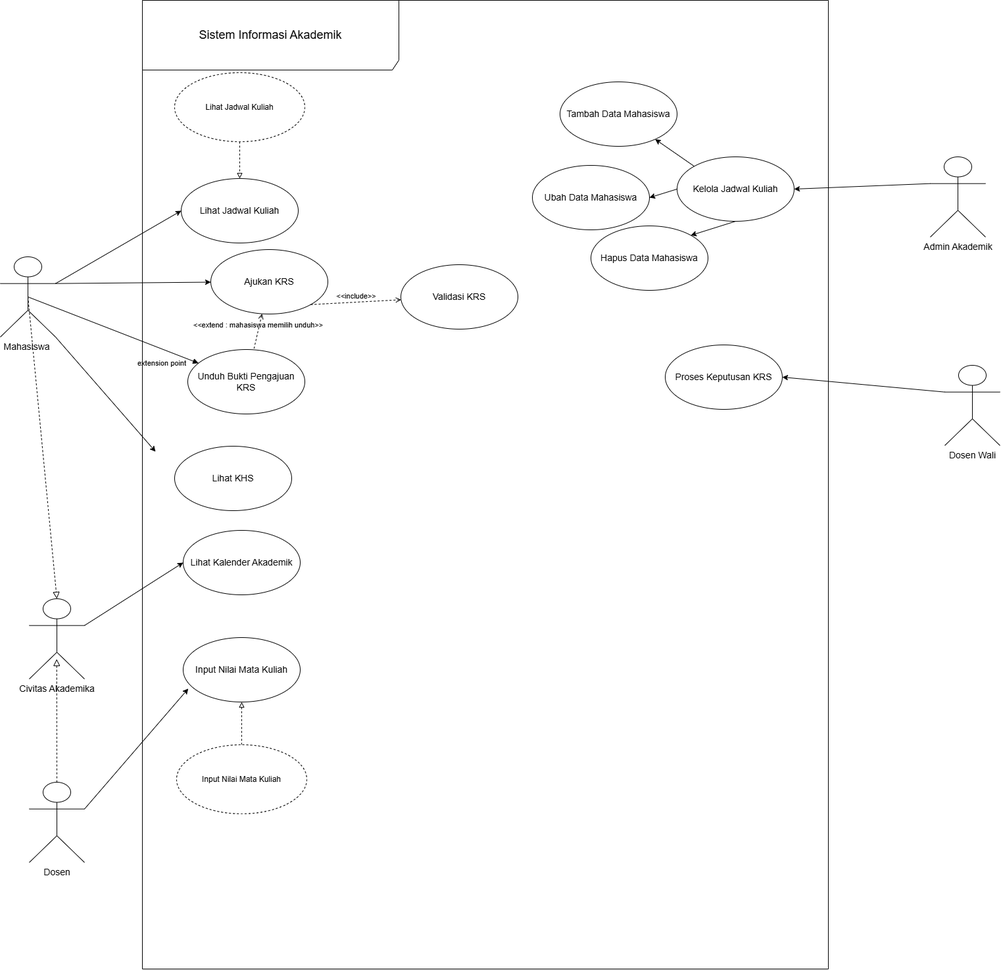
This is 03_latihan_tools/P04/SIA/P04_2406011_SIA_usecase_v01.png from rssyiff/IFRWP5149_2406011_LabAlat, a draw.io export, as it was before one commit. Source tidied: cells renumbered, new cells last; positions are measured from the earlier drawing's top-left corner, leaving out a move shared by most shapes.
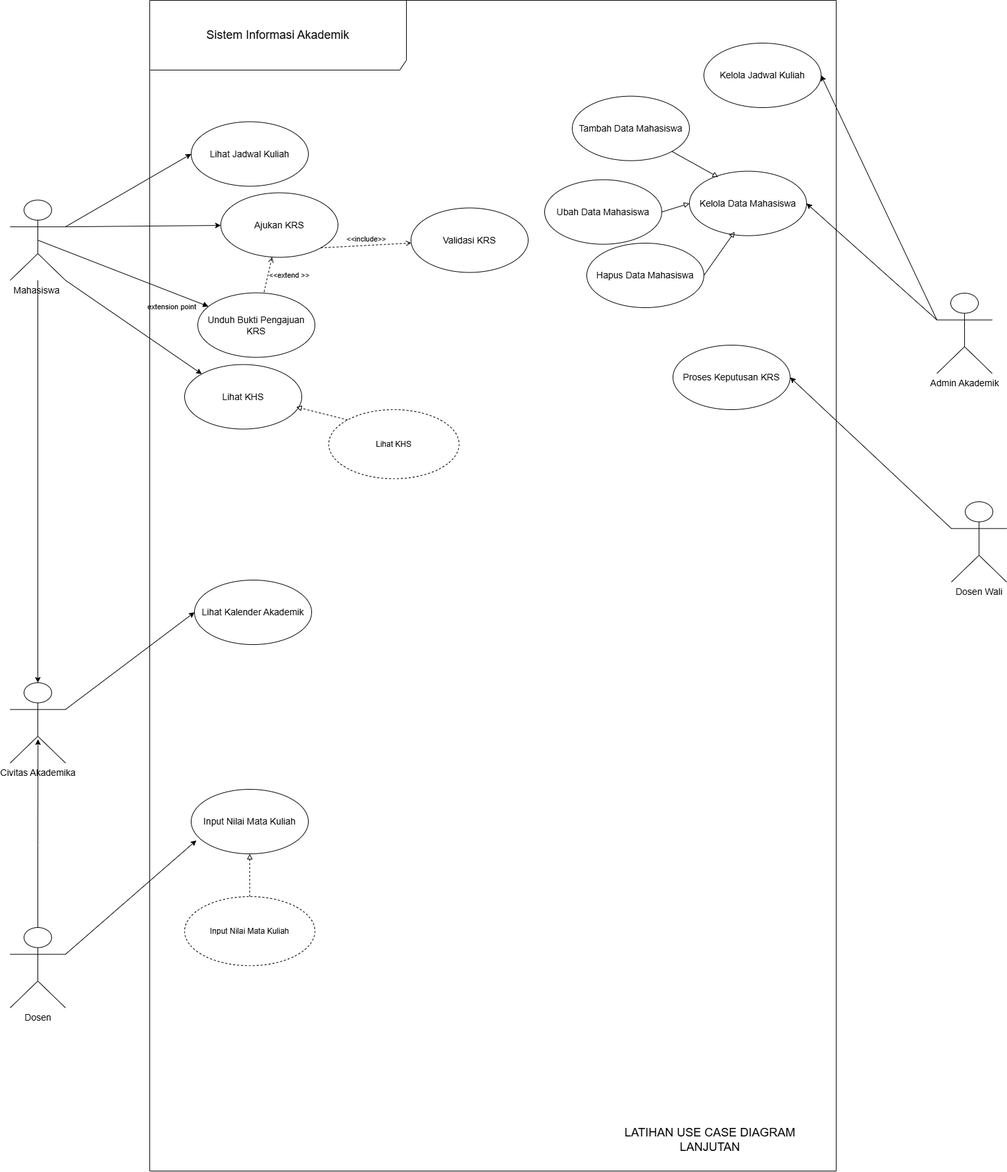
After the change.

What changed in the source:
```diff
@@ -3,46 +3,43 @@
     <mxCell id="0" />
     <mxCell id="1" parent="0" />
     <mxCell id="2" value="&lt;font style=&quot;font-size: 18px;&quot;&gt;Sistem Informasi Akademik&lt;/font&gt;" style="shape=umlFrame;whiteSpace=wrap;html=1;width=390;height=106;" parent="1" vertex="1">
-      <mxGeometry x="216" width="1043" height="1473" as="geometry" />
+      <mxGeometry x="218" y="-207" width="1043" height="1779" as="geometry" />
     </mxCell>
-    <mxCell id="3" style="rounded=0;jettySize=auto;html=1;exitX=0.5;exitY=1;exitDx=0;exitDy=0;entryX=1;entryY=0;entryDx=0;entryDy=0;defaultLabelBackgroundColor=page;" parent="2" edge="1" source="6" target="11">
-      <mxGeometry relative="1" as="geometry" />
-    </mxCell>
-    <mxCell id="4" style="rounded=0;jettySize=auto;html=1;exitX=0;exitY=0.5;exitDx=0;exitDy=0;entryX=1;entryY=0.5;entryDx=0;entryDy=0;defaultLabelBackgroundColor=page;" parent="2" edge="1" source="6" target="10">
-      <mxGeometry relative="1" as="geometry" />
-    </mxCell>
-    <mxCell id="5" style="rounded=0;jettySize=auto;html=1;exitX=0;exitY=0;exitDx=0;exitDy=0;defaultLabelBackgroundColor=page;" parent="2" edge="1" source="6" target="9">
-      <mxGeometry relative="1" as="geometry" />
-    </mxCell>
-    <mxCell id="6" value="&lt;font style=&quot;font-size: 14px;&quot;&gt;Kelola Jadwal Kuliah&lt;/font&gt;" style="ellipse;whiteSpace=wrap;html=1;" parent="2" vertex="1">
-      <mxGeometry x="813" y="238" width="178" height="98" as="geometry" />
+    <mxCell id="6" value="&lt;font style=&quot;font-size: 14px;&quot;&gt;Kelola Data Mahasiswa&lt;/font&gt;" style="ellipse;whiteSpace=wrap;html=1;" parent="2" vertex="1">
+      <mxGeometry x="820" y="259.6" width="178" height="98" as="geometry" />
     </mxCell>
-    <mxCell id="7" value="&lt;font style=&quot;font-size: 14px;&quot;&gt;Validasi KRS&lt;/font&gt;" style="ellipse;whiteSpace=wrap;html=1;" parent="2" vertex="1">
-      <mxGeometry x="393" y="402" width="178" height="98" as="geometry" />
-    </mxCell>
     <mxCell id="8" value="&lt;font style=&quot;font-size: 14px;&quot;&gt;Proses Keputusan KRS&lt;/font&gt;" style="ellipse;whiteSpace=wrap;html=1;" parent="2" vertex="1">
       <mxGeometry x="795" y="524" width="178" height="98" as="geometry" />
     </mxCell>
     <mxCell id="9" value="&lt;font style=&quot;font-size: 14px;&quot;&gt;Tambah Data Mahasiswa&lt;/font&gt;" style="ellipse;whiteSpace=wrap;html=1;" parent="2" vertex="1">
-      <mxGeometry x="635" y="124" width="178" height="98" as="geometry" />
+      <mxGeometry x="642" y="145.7" width="178" height="98" as="geometry" />
     </mxCell>
+    <mxCell id="39" style="rounded=0;jettySize=auto;html=1;exitX=1;exitY=0.5;exitDx=0;exitDy=0;entryX=0;entryY=0.5;entryDx=0;entryDy=0;defaultLabelBackgroundColor=page;endArrow=block;endFill=0;" parent="2" edge="1" source="10" target="6">
+      <mxGeometry relative="1" as="geometry" />
+    </mxCell>
     <mxCell id="10" value="&lt;font style=&quot;font-size: 14px;&quot;&gt;Ubah Data Mahasiswa&lt;/font&gt;" style="ellipse;whiteSpace=wrap;html=1;" parent="2" vertex="1">
-      <mxGeometry x="593" y="251" width="178" height="98" as="geometry" />
+      <mxGeometry x="600" y="272.6" width="178" height="98" as="geometry" />
     </mxCell>
     <mxCell id="11" value="&lt;font style=&quot;font-size: 14px;&quot;&gt;Hapus Data Mahasiswa&lt;/font&gt;" style="ellipse;whiteSpace=wrap;html=1;" parent="2" vertex="1">
-      <mxGeometry x="682" y="343" width="178" height="98" as="geometry" />
+      <mxGeometry x="664" y="369" width="178" height="98" as="geometry" />
     </mxCell>
+    <mxCell id="40" value="&lt;font style=&quot;font-size: 14px;&quot;&gt;Kelola Jadwal Kuliah&lt;/font&gt;" style="ellipse;whiteSpace=wrap;html=1;" parent="2" vertex="1">
+      <mxGeometry x="842" y="65" width="178" height="98" as="geometry" />
+    </mxCell>
+    <mxCell id="7" value="&lt;font style=&quot;font-size: 14px;&quot;&gt;Validasi KRS&lt;/font&gt;" style="ellipse;whiteSpace=wrap;html=1;" parent="2" vertex="1">
+      <mxGeometry x="397" y="315.5" width="178" height="98" as="geometry" />
+    </mxCell>
     <mxCell id="12" value="&lt;font style=&quot;font-size: 14px;&quot;&gt;Lihat Jadwal Kuliah&lt;/font&gt;" style="ellipse;whiteSpace=wrap;html=1;" parent="2" vertex="1">
-      <mxGeometry x="59" y="271" width="178" height="98" as="geometry" />
+      <mxGeometry x="63" y="184.5" width="178" height="98" as="geometry" />
     </mxCell>
     <mxCell id="13" value="&lt;font style=&quot;font-size: 14px;&quot;&gt;Ajukan KRS&lt;/font&gt;" style="ellipse;whiteSpace=wrap;html=1;" parent="2" vertex="1">
-      <mxGeometry x="104" y="379" width="178" height="98" as="geometry" />
+      <mxGeometry x="108" y="292.5" width="178" height="98" as="geometry" />
     </mxCell>
     <mxCell id="14" value="&lt;font style=&quot;font-size: 14px;&quot;&gt;Unduh Bukti Pengajuan KRS&lt;/font&gt;" style="ellipse;whiteSpace=wrap;html=1;" parent="2" vertex="1">
-      <mxGeometry x="69" y="531" width="178" height="98" as="geometry" />
+      <mxGeometry x="73" y="444.5" width="178" height="98" as="geometry" />
     </mxCell>
-    <mxCell id="15" value="&amp;lt;&amp;lt;extend : mahasiswa memilih unduh&amp;gt;&amp;gt;" style="html=1;verticalAlign=bottom;labelBackgroundColor=none;endArrow=open;endFill=0;dashed=1;rounded=0;exitX=0.566;exitY=-0.015;exitDx=0;exitDy=0;exitPerimeter=0;" parent="2" edge="1" source="14" target="13">
-      <mxGeometry relative="1" as="geometry" />
+    <mxCell id="15" value="&amp;lt;&amp;lt;extend &amp;gt;&amp;gt;" style="html=1;verticalAlign=bottom;labelBackgroundColor=none;endArrow=open;endFill=0;dashed=1;rounded=0;exitX=0.566;exitY=-0.015;exitDx=0;exitDy=0;exitPerimeter=0;" parent="2" edge="1" source="14" target="13">
+      <mxGeometry x="-0.12" y="-34" relative="1" as="geometry" />
     </mxCell>
     <mxCell id="16" value="&amp;lt;&amp;lt;include&amp;gt;&amp;gt;" style="html=1;verticalAlign=bottom;labelBackgroundColor=none;endArrow=open;endFill=0;dashed=1;rounded=0;exitX=1;exitY=1;exitDx=0;exitDy=0;" parent="2" edge="1" source="13" target="7">
       <mxGeometry relative="1" as="geometry" />
@@ -53,56 +50,63 @@
     <mxCell id="18" style="rounded=0;jettySize=auto;html=1;exitX=1;exitY=0.3333333333333333;exitDx=0;exitDy=0;exitPerimeter=0;" parent="2" edge="1" source="20" target="13">
       <mxGeometry relative="1" as="geometry" />
     </mxCell>
-    <mxCell id="19" style="rounded=0;jettySize=auto;html=1;exitX=1;exitY=1;exitDx=0;exitDy=0;exitPerimeter=0;entryX=0;entryY=0;entryDx=0;entryDy=0;" parent="2" edge="1" source="20">
-      <mxGeometry relative="1" as="geometry">
-        <mxPoint x="20.1" y="686.4" as="targetPoint" />
-      </mxGeometry>
+    <mxCell id="19" style="rounded=0;jettySize=auto;html=1;exitX=1;exitY=1;exitDx=0;exitDy=0;exitPerimeter=0;entryX=0;entryY=0;entryDx=0;entryDy=0;" parent="2" edge="1" source="20" target="23">
+      <mxGeometry relative="1" as="geometry" />
     </mxCell>
     <mxCell id="20" value="&lt;font style=&quot;font-size: 14px;&quot;&gt;Mahasiswa&amp;nbsp;&lt;/font&gt;" style="shape=umlActor;verticalLabelPosition=bottom;verticalAlign=top;html=1;" parent="2" vertex="1">
-      <mxGeometry x="-216" y="390" width="84" height="122" as="geometry" />
+      <mxGeometry x="-212" y="303.5" width="84" height="122" as="geometry" />
     </mxCell>
     <mxCell id="21" value="&lt;font style=&quot;font-size: 14px;&quot;&gt;Lihat Kalender Akademik&lt;/font&gt;" style="ellipse;whiteSpace=wrap;html=1;" parent="2" vertex="1">
-      <mxGeometry x="62" y="806" width="178" height="98" as="geometry" />
+      <mxGeometry x="68" y="881" width="178" height="98" as="geometry" />
     </mxCell>
     <mxCell id="22" value="&lt;font style=&quot;font-size: 14px;&quot;&gt;Input Nilai Mata Kuliah&lt;/font&gt;" style="ellipse;whiteSpace=wrap;html=1;" parent="2" vertex="1">
-      <mxGeometry x="62" y="969" width="178" height="98" as="geometry" />
+      <mxGeometry x="63" y="1199" width="178" height="98" as="geometry" />
     </mxCell>
     <mxCell id="23" value="&lt;font style=&quot;font-size: 14px;&quot;&gt;Lihat KHS&lt;/font&gt;" style="ellipse;whiteSpace=wrap;html=1;" parent="2" vertex="1">
-      <mxGeometry x="49" y="678" width="178" height="98" as="geometry" />
+      <mxGeometry x="53" y="553.5" width="178" height="98" as="geometry" />
     </mxCell>
     <mxCell id="24" value="extension point" style="html=1;verticalAlign=bottom;labelBackgroundColor=none;endArrow=block;endFill=1;endSize=6;align=left;rounded=0;exitX=0.5;exitY=0.5;exitDx=0;exitDy=0;exitPerimeter=0;" parent="2" edge="1" source="20" target="14">
       <mxGeometry x="0.4" y="-43" relative="1" as="geometry" />
     </mxCell>
-    <mxCell id="25" style="rounded=0;jettySize=auto;html=1;exitX=1;exitY=0.3333333333333333;exitDx=0;exitDy=0;exitPerimeter=0;entryX=0;entryY=0.5;entryDx=0;entryDy=0;" parent="2" edge="1" source="26" target="21">
-      <mxGeometry relative="1" as="geometry" />
-    </mxCell>
-    <mxCell id="26" value="&lt;font style=&quot;font-size: 14px;&quot;&gt;Civitas Akademika&lt;/font&gt;" style="shape=umlActor;verticalLabelPosition=bottom;verticalAlign=top;html=1;" parent="2" vertex="1">
-      <mxGeometry x="-172" y="910" width="84" height="122" as="geometry" />
-    </mxCell>
-    <mxCell id="27" value="&lt;font style=&quot;font-size: 14px;&quot;&gt;Dosen&lt;/font&gt;" style="shape=umlActor;verticalLabelPosition=bottom;verticalAlign=top;html=1;" parent="2" vertex="1">
-      <mxGeometry x="-172" y="1189" width="84" height="122" as="geometry" />
-    </mxCell>
-    <mxCell id="28" style="endArrow=block;startArrow=none;endFill=0;startFill=0;endSize=8;html=1;verticalAlign=bottom;dashed=1;labelBackgroundColor=none;rounded=0;exitX=0.5;exitY=0;exitDx=0;exitDy=0;exitPerimeter=0;entryX=0.497;entryY=0.752;entryDx=0;entryDy=0;entryPerimeter=0;" parent="2" edge="1" source="27" target="26">
-      <mxGeometry relative="1" as="geometry" />
-    </mxCell>
-    <mxCell id="29" style="endArrow=block;startArrow=none;endFill=0;startFill=0;endSize=8;html=1;verticalAlign=bottom;dashed=1;labelBackgroundColor=none;rounded=0;exitX=0.5;exitY=0.5;exitDx=0;exitDy=0;exitPerimeter=0;entryX=0.5;entryY=0;entryDx=0;entryDy=0;entryPerimeter=0;" parent="2" edge="1" source="20" target="26">
-      <mxGeometry relative="1" as="geometry" />
-    </mxCell>
-    <mxCell id="30" style="rounded=0;jettySize=auto;html=1;exitX=1;exitY=0.3333333333333333;exitDx=0;exitDy=0;exitPerimeter=0;entryX=0.044;entryY=0.792;entryDx=0;entryDy=0;entryPerimeter=0;" parent="2" edge="1" source="27" target="22">
-      <mxGeometry relative="1" as="geometry" />
-    </mxCell>
     <mxCell id="31" style="edgeStyle=orthogonalEdgeStyle;rounded=0;jettySize=auto;html=1;exitX=0.5;exitY=0;exitDx=0;exitDy=0;entryX=0.5;entryY=1;entryDx=0;entryDy=0;defaultLabelBackgroundColor=page;endArrow=block;endFill=0;dashed=1;" parent="2" edge="1" source="32" target="22">
       <mxGeometry relative="1" as="geometry" />
     </mxCell>
     <mxCell id="32" value="Input Nilai Mata Kuliah" style="ellipse;whiteSpace=wrap;html=1;align=center;dashed=1;" parent="2" vertex="1">
-      <mxGeometry x="52" y="1132" width="198" height="105" as="geometry" />
+      <mxGeometry x="53" y="1362" width="198" height="105" as="geometry" />
     </mxCell>
-    <mxCell id="33" style="edgeStyle=orthogonalEdgeStyle;rounded=0;jettySize=auto;html=1;entryX=0.5;entryY=0;entryDx=0;entryDy=0;defaultLabelBackgroundColor=page;endArrow=block;endFill=0;dashed=1;" parent="2" edge="1" source="34" target="12">
-      <mxGeometry relative="1" as="geometry" />
-    </mxCell>
-    <mxCell id="34" value="Lihat Jadwal Kuliah" style="ellipse;whiteSpace=wrap;html=1;align=center;dashed=1;" parent="2" vertex="1">
-      <mxGeometry x="49" y="110" width="198" height="105" as="geometry" />
+    <mxCell id="34" value="Lihat KHS" style="ellipse;whiteSpace=wrap;html=1;align=center;dashed=1;" parent="2" vertex="1">
+      <mxGeometry x="272" y="622" width="198" height="105" as="geometry" />
     </mxCell>
+    <mxCell id="26" value="&lt;font style=&quot;font-size: 14px;&quot;&gt;Civitas Akademika&lt;/font&gt;" style="shape=umlActor;verticalLabelPosition=bottom;verticalAlign=top;html=1;" parent="2" vertex="1">
+      <mxGeometry x="-212" y="1037" width="84" height="122" as="geometry" />
+    </mxCell>
+    <mxCell id="25" style="rounded=0;jettySize=auto;html=1;exitX=1;exitY=0.3333333333333333;exitDx=0;exitDy=0;exitPerimeter=0;entryX=0;entryY=0.5;entryDx=0;entryDy=0;" parent="2" edge="1" source="26" target="21">
+      <mxGeometry relative="1" as="geometry" />
+    </mxCell>
+    <mxCell id="29" style="rounded=0;jettySize=auto;html=1;entryX=0.5;entryY=0;entryDx=0;entryDy=0;entryPerimeter=0;defaultLabelBackgroundColor=page;" parent="2" edge="1" source="20" target="26">
+      <mxGeometry relative="1" as="geometry" />
+    </mxCell>
+    <mxCell id="27" value="&lt;font style=&quot;font-size: 14px;&quot;&gt;Dosen&lt;/font&gt;" style="shape=umlActor;verticalLabelPosition=bottom;verticalAlign=top;html=1;" parent="2" vertex="1">
+      <mxGeometry x="-212" y="1409" width="84" height="122" as="geometry" />
+    </mxCell>
+    <mxCell id="30" style="rounded=0;jettySize=auto;html=1;exitX=1;exitY=0.3333333333333333;exitDx=0;exitDy=0;exitPerimeter=0;entryX=0.044;entryY=0.792;entryDx=0;entryDy=0;entryPerimeter=0;" parent="2" edge="1" source="27" target="22">
+      <mxGeometry relative="1" as="geometry" />
+    </mxCell>
+    <mxCell id="28" style="edgeStyle=orthogonalEdgeStyle;rounded=0;jettySize=auto;html=1;entryX=0.503;entryY=0.704;entryDx=0;entryDy=0;entryPerimeter=0;defaultLabelBackgroundColor=page;" parent="2" edge="1" source="27" target="26">
+      <mxGeometry relative="1" as="geometry" />
+    </mxCell>
+    <mxCell id="41" style="rounded=0;jettySize=auto;html=1;exitX=0;exitY=0;exitDx=0;exitDy=0;entryX=0.952;entryY=0.657;entryDx=0;entryDy=0;entryPerimeter=0;defaultLabelBackgroundColor=page;endArrow=block;endFill=0;dashed=1;" parent="2" edge="1" source="34" target="23">
+      <mxGeometry relative="1" as="geometry" />
+    </mxCell>
+    <mxCell id="42" style="rounded=0;jettySize=auto;html=1;entryX=0.245;entryY=0.092;entryDx=0;entryDy=0;entryPerimeter=0;defaultLabelBackgroundColor=page;endArrow=block;endFill=0;" parent="2" edge="1" source="9" target="6">
+      <mxGeometry relative="1" as="geometry" />
+    </mxCell>
+    <mxCell id="43" style="rounded=0;jettySize=auto;html=1;exitX=1;exitY=0.5;exitDx=0;exitDy=0;entryX=0.386;entryY=0.94;entryDx=0;entryDy=0;entryPerimeter=0;defaultLabelBackgroundColor=page;endArrow=block;endFill=0;" parent="2" edge="1" source="11" target="6">
+      <mxGeometry relative="1" as="geometry" />
+    </mxCell>
+    <mxCell id="44" value="&lt;font style=&quot;font-size: 18px;&quot;&gt;LATIHAN USE CASE DIAGRAM LANJUTAN&lt;/font&gt;" style="text;html=1;whiteSpace=wrap;strokeColor=none;fillColor=none;align=center;verticalAlign=middle;rounded=0;" parent="2" vertex="1">
+      <mxGeometry x="705" y="1717" width="293" height="30" as="geometry" />
+    </mxCell>
     <mxCell id="35" style="rounded=0;jettySize=auto;html=1;exitX=0;exitY=0.3333333333333333;exitDx=0;exitDy=0;exitPerimeter=0;entryX=1;entryY=0.5;entryDx=0;entryDy=0;" parent="1" edge="1" source="36" target="6">
       <mxGeometry relative="1" as="geometry" />
     </mxCell>
@@ -115,5 +119,8 @@
     <mxCell id="38" style="rounded=0;jettySize=auto;html=1;exitX=0;exitY=0.3333333333333333;exitDx=0;exitDy=0;exitPerimeter=0;entryX=1;entryY=0.5;entryDx=0;entryDy=0;" parent="1" edge="1" source="37" target="8">
       <mxGeometry relative="1" as="geometry" />
     </mxCell>
+    <mxCell id="45" style="rounded=0;jettySize=auto;html=1;exitX=0;exitY=0.3333333333333333;exitDx=0;exitDy=0;exitPerimeter=0;entryX=1;entryY=0.5;entryDx=0;entryDy=0;defaultLabelBackgroundColor=page;" parent="1" edge="1" source="36" target="40">
+      <mxGeometry relative="1" as="geometry" />
+    </mxCell>
   </root>
 </mxGraphModel>
```
